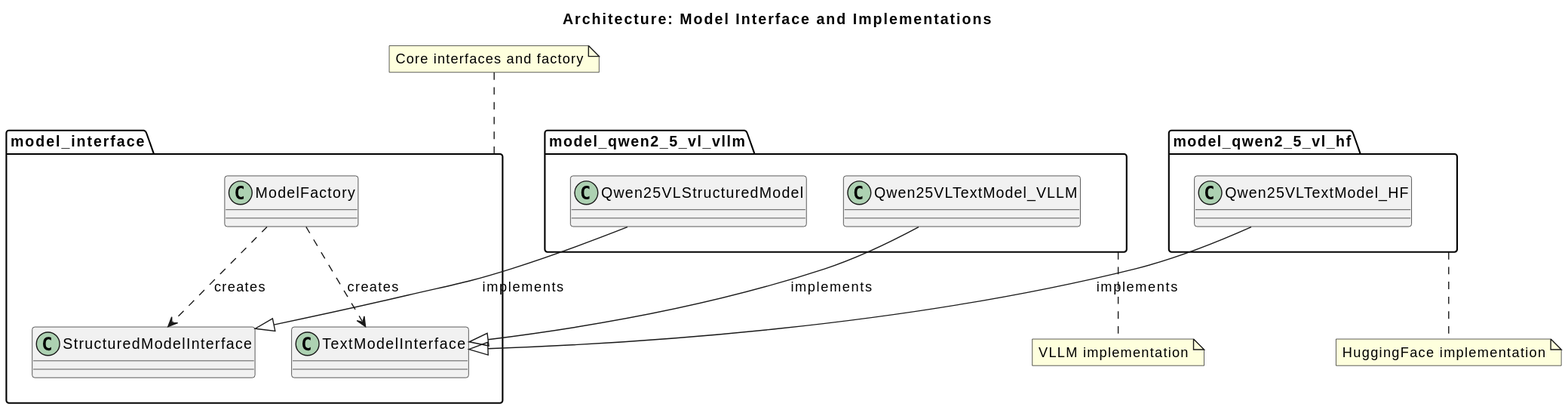
VLMHyperBenchTeam/vlmhyperbench_playground keeps this PlantUML diagram as docs/architecture/diagrams/model_interface.svg. Above is the earlier version. Source of this version:
```plantuml
@startuml
title Architecture: Model Interface and Implementations

top to bottom direction

package "model_interface" as interface_pkg {
  class TextModelInterface
  class StructuredModelInterface
  class ModelFactory
}

package "model_qwen2_5_vl_hf" as hf_pkg {
  class Qwen25VLTextModel_HF
}

package "model_qwen2_5_vl_vllm" as vllm_pkg {
  class Qwen25VLTextModel_VLLM
  class Qwen25VLStructuredModel
}

Qwen25VLTextModel_HF --|> TextModelInterface : implements
Qwen25VLTextModel_VLLM --|> TextModelInterface : implements
Qwen25VLStructuredModel --|> StructuredModelInterface : implements

ModelFactory ..> TextModelInterface : creates
ModelFactory ..> StructuredModelInterface : creates

interface_pkg -[hidden]d-> hf_pkg
hf_pkg -[hidden]d-> vllm_pkg

note top of interface_pkg : Core interfaces and factory
note bottom of hf_pkg : HuggingFace implementation
note bottom of vllm_pkg : VLLM implementation
@enduml
```
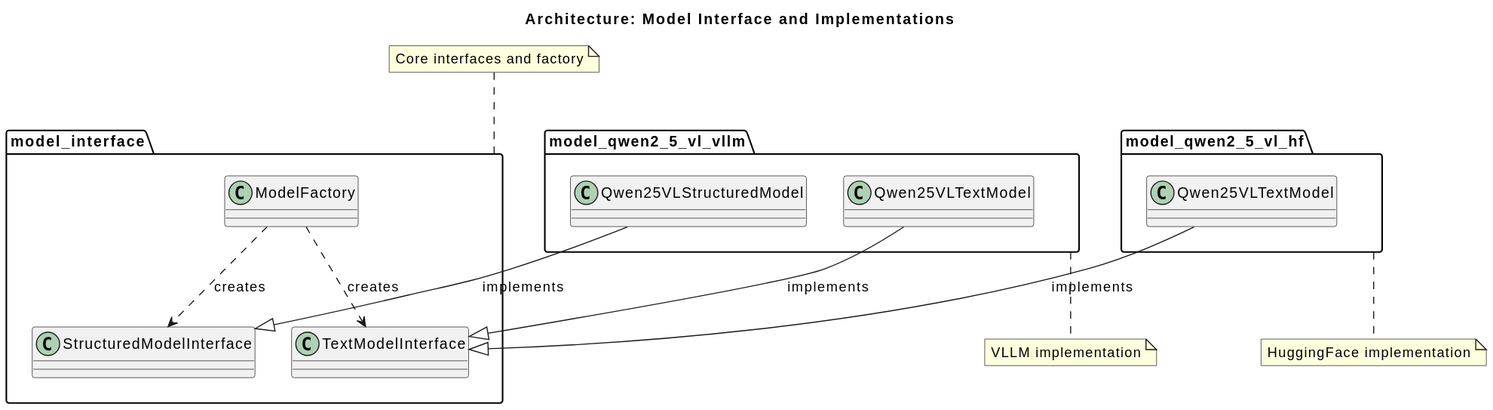
After the commit.

Commit message:
docs: обновление диаграммы интерфейса модели и SVG-представления

- Переименованы классы Qwen25VLTextModel_HF и Qwen25VLTextModel_VLLM в Qwen25VLTextModel в PlantUML-диаграмме
- Обновлено SVG-изображение для отражения изменений в диаграмме

What changed in the source:
```diff
@@ -10,11 +10,11 @@
 }
 
 package "model_qwen2_5_vl_hf" as hf_pkg {
-  class Qwen25VLTextModel_HF
+  class "Qwen25VLTextModel" as Qwen25VLTextModel_HF
 }
 
 package "model_qwen2_5_vl_vllm" as vllm_pkg {
-  class Qwen25VLTextModel_VLLM
+  class "Qwen25VLTextModel" as Qwen25VLTextModel_VLLM
   class Qwen25VLStructuredModel
 }
 
```
